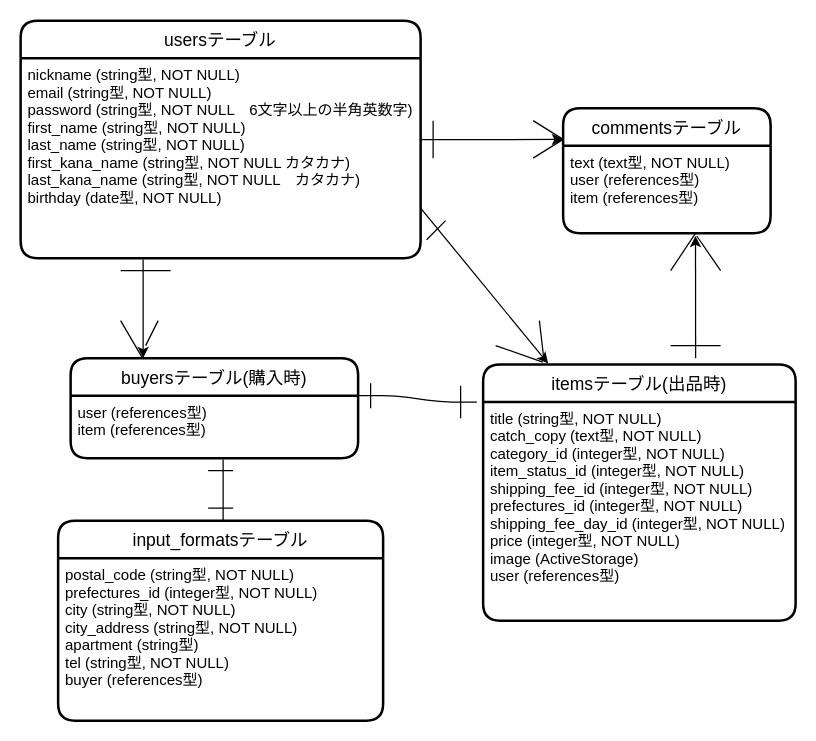
This is page "ページ1" (1 of 2) of furima.dio from nao1008ya/furima-31053, a draw.io file, before an edit. Source tidied: cells renumbered, new cells numbered last; positions are measured from the earlier drawing's top-left corner, leaving out a move shared by most shapes. Both pictures are drawn from the tidied source at 125%, with x=0, y=0 at pixel (20, 20).
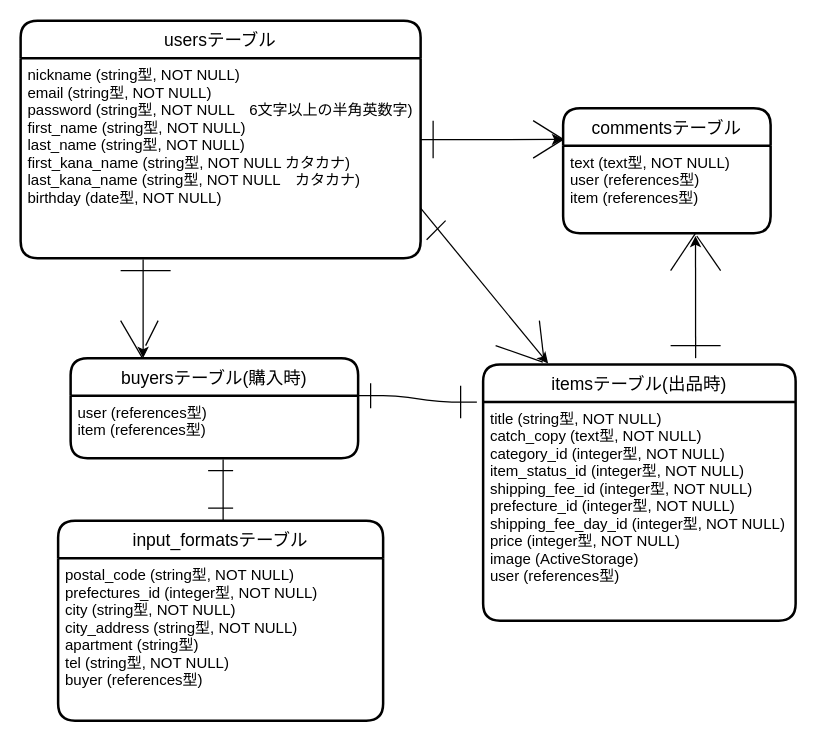
The same page after the edit.

The change refers to these unchanged cells:
```xml
<mxCell id="8" value="itemsテーブル(出品時)" style="swimlane;horizontal=1;startSize=30;rounded=1;fontSize=14;fontStyle=0;strokeWidth=2;shadow=0;dashed=0;align=center;" parent="1" vertex="1">
  <mxGeometry x="370" y="275" width="250" height="205" as="geometry" />
</mxCell>
```

The edit, as a diff of the source:
```diff
@@
-    <mxCell id="9" value="title (string型, NOT NULL)&#10;catch_copy (text型, NOT NULL)&#10;category_id (integer型, NOT NULL)&#10;item_status_id (integer型, NOT NULL)&#10;shipping_fee_id (integer型, NOT NULL)&#10;prefectures_id (integer型, NOT NULL)&#10;shipping_fee_day_id (integer型, NOT NULL)&#10;price (integer型, NOT NULL)&#10;image (ActiveStorage)&#10;user (references型)" style="align=left;strokeColor=none;fillColor=none;spacingLeft=4;fontSize=12;verticalAlign=top;" parent="8" vertex="1">
+    <mxCell id="9" value="title (string型, NOT NULL)&#10;catch_copy (text型, NOT NULL)&#10;category_id (integer型, NOT NULL)&#10;item_status_id (integer型, NOT NULL)&#10;shipping_fee_id (integer型, NOT NULL)&#10;prefecture_id (integer型, NOT NULL)&#10;shipping_fee_day_id (integer型, NOT NULL)&#10;price (integer型, NOT NULL)&#10;image (ActiveStorage)&#10;user (references型)" style="align=left;strokeColor=none;fillColor=none;spacingLeft=4;fontSize=12;verticalAlign=top;" parent="8" vertex="1">
       <mxGeometry y="30" width="250" height="175" as="geometry" />
     </mxCell>
```
